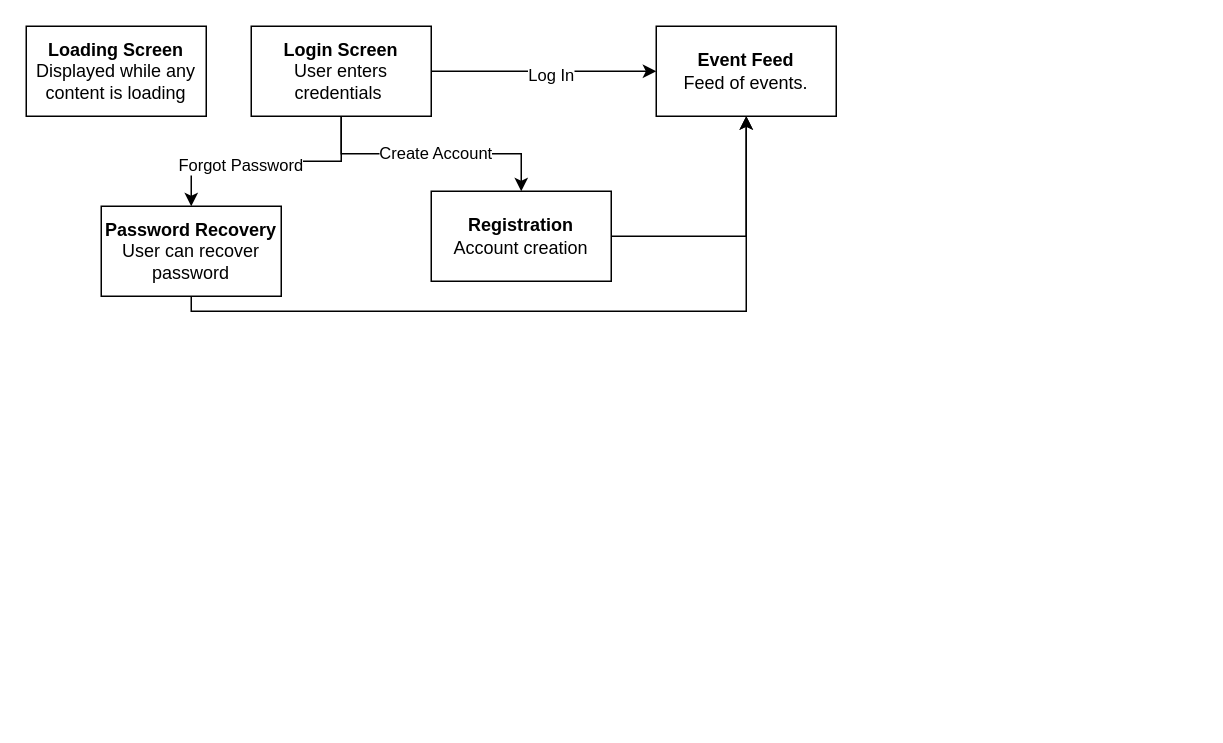
The draw.io diagram playnet_interfaces.drawio in JeffThorslund/click-read-sold, before the edit. Source tidied: cells renumbered, new cells numbered last; positions are measured from the earlier drawing's top-left corner, leaving out a move shared by most shapes. Both pictures are drawn from the tidied source at 150%, with x=0, y=0 at pixel (26, 26).
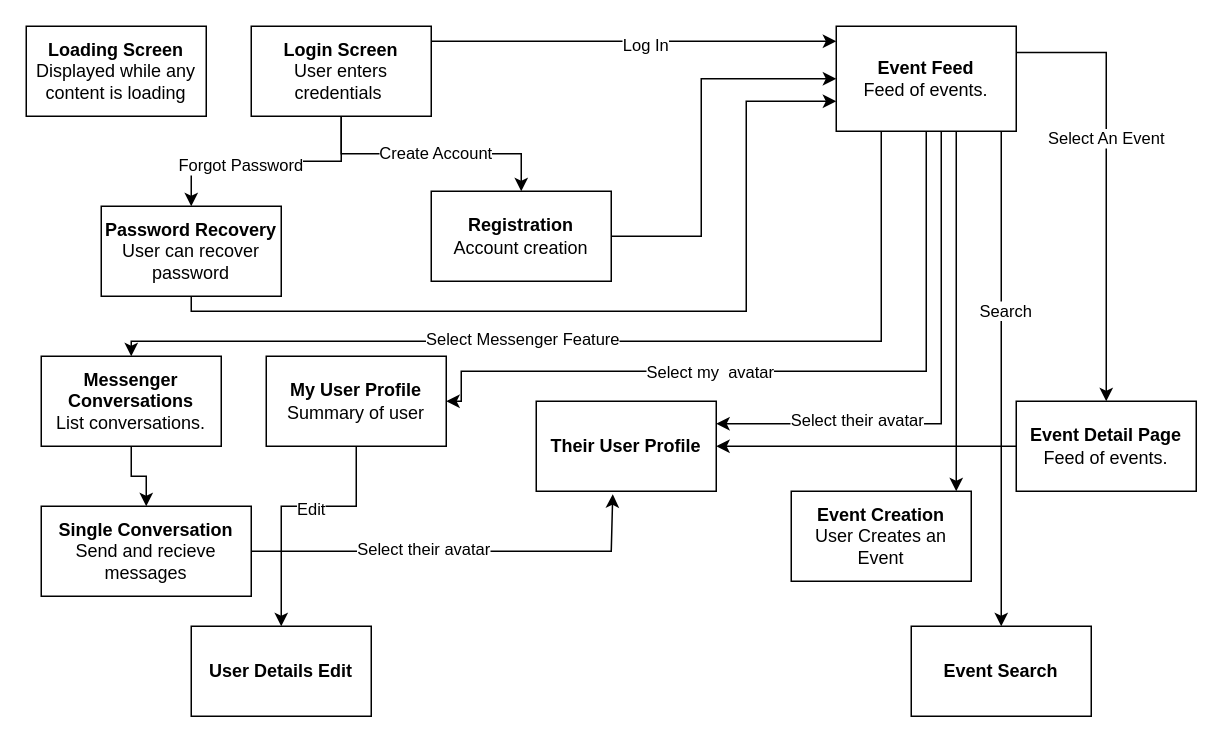
The same page after the edit.

Unchanged cells that the change refers to:
```xml
<mxCell id="9" value="&lt;b&gt;Login Screen&lt;br&gt;&lt;/b&gt;User enters credentials&amp;nbsp;" style="whiteSpace=wrap;html=1;rounded=0;" parent="1" vertex="1">
  <mxGeometry x="150" width="120" height="60" as="geometry" />
</mxCell>
<mxCell id="12" value="&lt;b&gt;Registration&lt;br&gt;&lt;/b&gt;Account creation" style="whiteSpace=wrap;html=1;rounded=0;" parent="1" vertex="1">
  <mxGeometry x="270" y="110" width="120" height="60" as="geometry" />
</mxCell>
<mxCell id="14" value="&lt;b&gt;Password Recovery&lt;/b&gt;&lt;br&gt;User can recover password" style="rounded=0;whiteSpace=wrap;html=1;" parent="1" vertex="1">
  <mxGeometry x="50" y="120" width="120" height="60" as="geometry" />
</mxCell>
```

Change to the diagram source:
```diff
@@
     <mxCell id="3" style="edgeStyle=orthogonalEdgeStyle;rounded=0;jettySize=auto;html=1;" parent="1" edge="1" source="9" target="10">
-      <mxGeometry relative="1" as="geometry" />
+      <mxGeometry relative="1" as="geometry">
+        <Array as="points">
+          <mxPoint x="330" y="10" />
+          <mxPoint x="330" y="10" />
+        </Array>
+      </mxGeometry>
     </mxCell>
@@
+    <mxCell id="15" style="edgeStyle=orthogonalEdgeStyle;rounded=0;jettySize=auto;html=1;exitX=1;exitY=0.25;exitDx=0;exitDy=0;" parent="1" edge="1" source="10" target="27">
+      <mxGeometry relative="1" as="geometry" />
+    </mxCell>
+    <mxCell id="16" value="Select An Event" style="edgeLabel;html=1;align=center;verticalAlign=middle;" parent="15" vertex="1">
+      <mxGeometry x="-0.2" y="-1" relative="1" as="geometry" />
+    </mxCell>
+    <mxCell id="17" style="edgeStyle=orthogonalEdgeStyle;rounded=0;jettySize=auto;html=1;exitX=0.25;exitY=1;exitDx=0;exitDy=0;" parent="1" edge="1" source="10" target="29">
+      <mxGeometry relative="1" as="geometry">
+        <Array as="points">
+          <mxPoint x="570" y="210" />
+          <mxPoint x="70" y="210" />
+        </Array>
+      </mxGeometry>
+    </mxCell>
+    <mxCell id="18" value="Select Messenger Feature" style="edgeLabel;html=1;align=center;verticalAlign=middle;" parent="17" vertex="1">
+      <mxGeometry x="0.17" y="-2" relative="1" as="geometry" />
+    </mxCell>
+    <mxCell id="19" style="edgeStyle=orthogonalEdgeStyle;rounded=0;jettySize=auto;html=1;exitX=0.5;exitY=1;exitDx=0;exitDy=0;" parent="1" edge="1" source="10" target="32">
+      <mxGeometry relative="1" as="geometry">
+        <Array as="points">
+          <mxPoint x="600" y="230" />
+          <mxPoint x="290" y="230" />
+        </Array>
+      </mxGeometry>
+    </mxCell>
+    <mxCell id="20" value="Select my&amp;nbsp; avatar" style="edgeLabel;html=1;align=center;verticalAlign=middle;" parent="19" vertex="1">
+      <mxGeometry x="-0.11" y="4" relative="1" as="geometry">
+        <mxPoint x="-81.2" y="-4" as="offset" />
+      </mxGeometry>
+    </mxCell>
+    <mxCell id="21" style="edgeStyle=orthogonalEdgeStyle;rounded=0;jettySize=auto;html=1;entryX=1;entryY=0.25;entryDx=0;entryDy=0;" parent="1" edge="1" target="33">
+      <mxGeometry relative="1" as="geometry">
+        <mxPoint x="610" y="50" as="sourcePoint" />
+        <Array as="points">
+          <mxPoint x="610" y="265" />
+        </Array>
+      </mxGeometry>
+    </mxCell>
+    <mxCell id="22" value="Select their avatar" style="edgeLabel;html=1;align=center;verticalAlign=middle;" parent="21" vertex="1">
+      <mxGeometry x="0.49" y="-3" relative="1" as="geometry" />
+    </mxCell>
+    <mxCell id="23" style="edgeStyle=orthogonalEdgeStyle;rounded=0;jettySize=auto;html=1;" parent="1" edge="1" source="10" target="34">
+      <mxGeometry relative="1" as="geometry">
+        <Array as="points">
+          <mxPoint x="620" y="260" />
+          <mxPoint x="620" y="260" />
+        </Array>
+      </mxGeometry>
+    </mxCell>
+    <mxCell id="24" style="edgeStyle=orthogonalEdgeStyle;rounded=0;jettySize=auto;html=1;" parent="1" edge="1" source="10" target="39">
+      <mxGeometry relative="1" as="geometry">
+        <Array as="points">
+          <mxPoint x="650" y="150" />
+          <mxPoint x="650" y="150" />
+        </Array>
+      </mxGeometry>
+    </mxCell>
+    <mxCell id="25" value="Search" style="edgeLabel;html=1;align=center;verticalAlign=middle;" parent="24" vertex="1">
+      <mxGeometry x="-0.28" y="2" relative="1" as="geometry" />
+    </mxCell>
     <mxCell id="10" value="&lt;b&gt;Event Feed&lt;/b&gt;&lt;br&gt;Feed of events." style="whiteSpace=wrap;html=1;rounded=0;" parent="1" vertex="1">
-      <mxGeometry x="420" width="120" height="60" as="geometry" />
+      <mxGeometry x="540" width="120" height="70" as="geometry" />
     </mxCell>
-    <mxCell id="11" style="edgeStyle=orthogonalEdgeStyle;rounded=0;jettySize=auto;html=1;entryX=0.5;entryY=1;entryDx=0;entryDy=0;" parent="1" edge="1" source="12" target="10">
-      <mxGeometry relative="1" as="geometry" />
+    <mxCell id="11" style="edgeStyle=orthogonalEdgeStyle;rounded=0;jettySize=auto;html=1;entryX=0;entryY=0.5;entryDx=0;entryDy=0;" parent="1" edge="1" source="12" target="10">
+      <mxGeometry relative="1" as="geometry">
+        <Array as="points">
+          <mxPoint x="450" y="140" />
+          <mxPoint x="450" y="35" />
+        </Array>
+      </mxGeometry>
     </mxCell>
@@
-    <mxCell id="13" style="edgeStyle=orthogonalEdgeStyle;rounded=0;jettySize=auto;html=1;entryX=0.5;entryY=1;entryDx=0;entryDy=0;" parent="1" edge="1" source="14" target="10">
+    <mxCell id="13" style="edgeStyle=orthogonalEdgeStyle;rounded=0;jettySize=auto;html=1;" parent="1" edge="1" source="14">
       <mxGeometry relative="1" as="geometry">
+        <mxPoint x="540" y="50" as="targetPoint" />
         <Array as="points">
           <mxPoint x="110" y="190" />
           <mxPoint x="480" y="190" />
+          <mxPoint x="480" y="50" />
         </Array>
       </mxGeometry>
     </mxCell>
@@
+    <mxCell id="26" style="edgeStyle=orthogonalEdgeStyle;rounded=0;jettySize=auto;html=1;" parent="1" edge="1" source="27" target="33">
+      <mxGeometry relative="1" as="geometry" />
+    </mxCell>
+    <mxCell id="27" value="&lt;b&gt;Event Detail Page&lt;/b&gt;&lt;br&gt;Feed of events." style="whiteSpace=wrap;html=1;rounded=0;" parent="1" vertex="1">
+      <mxGeometry x="660" y="250" width="120" height="60" as="geometry" />
+    </mxCell>
+    <mxCell id="28" style="edgeStyle=orthogonalEdgeStyle;rounded=0;jettySize=auto;html=1;" parent="1" edge="1" source="29" target="37">
+      <mxGeometry relative="1" as="geometry" />
+    </mxCell>
+    <mxCell id="29" value="&lt;b&gt;Messenger Conversations&lt;/b&gt;&lt;br&gt;List conversations." style="rounded=0;whiteSpace=wrap;html=1;" parent="1" vertex="1">
+      <mxGeometry x="10" y="220" width="120" height="60" as="geometry" />
+    </mxCell>
+    <mxCell id="30" style="edgeStyle=orthogonalEdgeStyle;rounded=0;jettySize=auto;html=1;" parent="1" edge="1" source="32" target="38">
+      <mxGeometry relative="1" as="geometry">
+        <Array as="points">
+          <mxPoint x="220" y="320" />
+          <mxPoint x="170" y="320" />
+        </Array>
+      </mxGeometry>
+    </mxCell>
+    <mxCell id="31" value="Edit" style="edgeLabel;html=1;align=center;verticalAlign=middle;" parent="30" vertex="1">
+      <mxGeometry x="-0.16" y="1" relative="1" as="geometry" />
+    </mxCell>
+    <mxCell id="32" value="&lt;b&gt;My User Profile&lt;/b&gt;&lt;br&gt;Summary of user" style="rounded=0;whiteSpace=wrap;html=1;" parent="1" vertex="1">
+      <mxGeometry x="160" y="220" width="120" height="60" as="geometry" />
+    </mxCell>
+    <mxCell id="33" value="&lt;b&gt;Their User Profile&lt;/b&gt;" style="rounded=0;whiteSpace=wrap;html=1;" parent="1" vertex="1">
+      <mxGeometry x="340" y="250" width="120" height="60" as="geometry" />
+    </mxCell>
+    <mxCell id="34" value="&lt;b&gt;Event Creation&lt;/b&gt;&lt;br&gt;User Creates an Event" style="rounded=0;whiteSpace=wrap;html=1;" parent="1" vertex="1">
+      <mxGeometry x="510" y="310" width="120" height="60" as="geometry" />
+    </mxCell>
+    <mxCell id="35" style="edgeStyle=orthogonalEdgeStyle;rounded=0;jettySize=auto;html=1;entryX=0.425;entryY=1.033;entryDx=0;entryDy=0;entryPerimeter=0;" parent="1" edge="1" source="37" target="33">
+      <mxGeometry relative="1" as="geometry">
+        <Array as="points">
+          <mxPoint x="390" y="350" />
+        </Array>
+      </mxGeometry>
+    </mxCell>
+    <mxCell id="36" value="Select their avatar" style="edgeLabel;html=1;align=center;verticalAlign=middle;" parent="35" vertex="1">
+      <mxGeometry x="-0.18" y="2" relative="1" as="geometry" />
+    </mxCell>
+    <mxCell id="37" value="&lt;b&gt;Single Conversation&lt;/b&gt;&lt;br&gt;Send and recieve messages" style="whiteSpace=wrap;html=1;rounded=0;" parent="1" vertex="1">
+      <mxGeometry x="10" y="320" width="140" height="60" as="geometry" />
+    </mxCell>
+    <mxCell id="38" value="&lt;b&gt;User Details Edit&lt;/b&gt;" style="rounded=0;whiteSpace=wrap;html=1;" parent="1" vertex="1">
+      <mxGeometry x="110" y="400" width="120" height="60" as="geometry" />
+    </mxCell>
+    <mxCell id="39" value="&lt;b&gt;Event Search&lt;br&gt;&lt;/b&gt;" style="rounded=0;whiteSpace=wrap;html=1;" parent="1" vertex="1">
+      <mxGeometry x="590" y="400" width="120" height="60" as="geometry" />
+    </mxCell>
```
